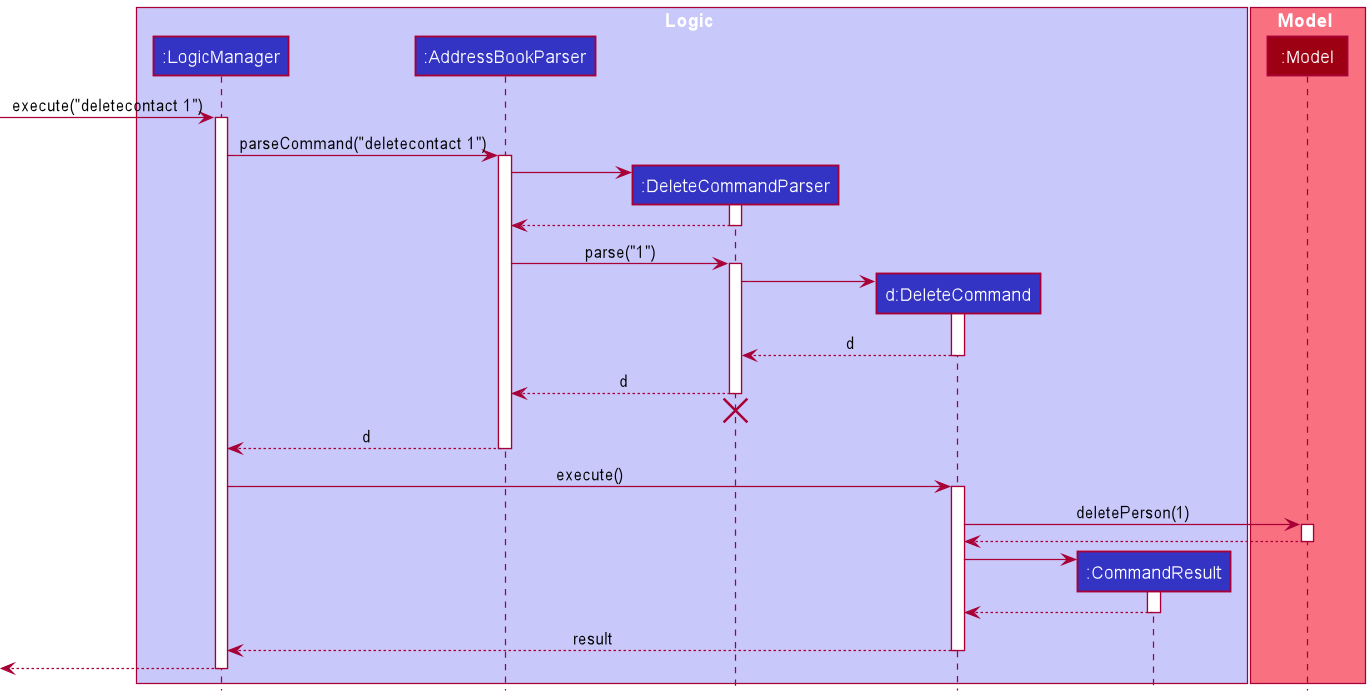
This is docs/images/DeleteSequenceDiagram.png from ramapriyan912001/tp, a PlantUML export, as it was before one commit. Source of this version:
```plantuml
@startuml
!include style.puml

box Logic LOGIC_COLOR_T1
participant ":LogicManager" as LogicManager LOGIC_COLOR
participant ":AddressBookParser" as AddressBookParser LOGIC_COLOR
participant ":DeleteCommandParser" as DeleteCommandParser LOGIC_COLOR
participant "d:DeleteCommand" as DeleteCommand LOGIC_COLOR
participant ":CommandResult" as CommandResult LOGIC_COLOR
end box

box Model MODEL_COLOR_T1
participant ":Model" as Model MODEL_COLOR
end box

[-> LogicManager : execute("deletecontact 1")
activate LogicManager

LogicManager -> AddressBookParser : parseCommand("deletecontact 1")
activate AddressBookParser

create DeleteCommandParser
AddressBookParser -> DeleteCommandParser
activate DeleteCommandParser

DeleteCommandParser --> AddressBookParser
deactivate DeleteCommandParser

AddressBookParser -> DeleteCommandParser : parse("1")
activate DeleteCommandParser

create DeleteCommand
DeleteCommandParser -> DeleteCommand
activate DeleteCommand

DeleteCommand --> DeleteCommandParser : d
deactivate DeleteCommand

DeleteCommandParser --> AddressBookParser : d
deactivate DeleteCommandParser
DeleteCommandParser -[hidden]-> AddressBookParser
destroy DeleteCommandParser

AddressBookParser --> LogicManager : d
deactivate AddressBookParser

LogicManager -> DeleteCommand : execute()
activate DeleteCommand

DeleteCommand -> Model : deletePerson(1)
activate Model

Model --> DeleteCommand
deactivate Model

create CommandResult
DeleteCommand -> CommandResult
activate CommandResult

CommandResult --> DeleteCommand
deactivate CommandResult

DeleteCommand --> LogicManager : result
deactivate DeleteCommand

[<--LogicManager
deactivate LogicManager
@enduml
```
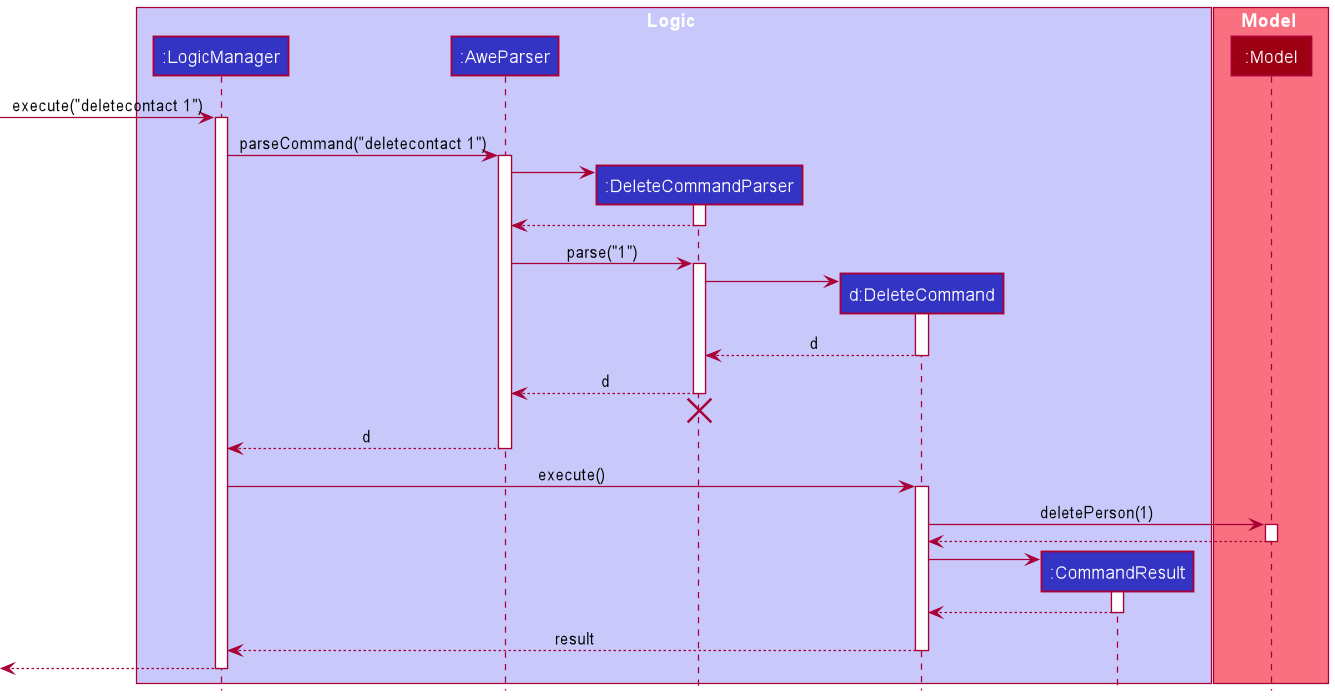
After the commit.

The edit, as a diff of the source:
```diff
@@ -3,7 +3,7 @@
 
 box Logic LOGIC_COLOR_T1
 participant ":LogicManager" as LogicManager LOGIC_COLOR
-participant ":AddressBookParser" as AddressBookParser LOGIC_COLOR
+participant ":AweParser" as AweParser LOGIC_COLOR
 participant ":DeleteCommandParser" as DeleteCommandParser LOGIC_COLOR
 participant "d:DeleteCommand" as DeleteCommand LOGIC_COLOR
 participant ":CommandResult" as CommandResult LOGIC_COLOR
@@ -16,17 +16,17 @@
 [-> LogicManager : execute("deletecontact 1")
 activate LogicManager
 
-LogicManager -> AddressBookParser : parseCommand("deletecontact 1")
-activate AddressBookParser
+LogicManager -> AweParser : parseCommand("deletecontact 1")
+activate AweParser
 
 create DeleteCommandParser
-AddressBookParser -> DeleteCommandParser
+AweParser -> DeleteCommandParser
 activate DeleteCommandParser
 
-DeleteCommandParser --> AddressBookParser
+DeleteCommandParser --> AweParser
 deactivate DeleteCommandParser
 
-AddressBookParser -> DeleteCommandParser : parse("1")
+AweParser -> DeleteCommandParser : parse("1")
 activate DeleteCommandParser
 
 create DeleteCommand
@@ -36,13 +36,13 @@
 DeleteCommand --> DeleteCommandParser : d
 deactivate DeleteCommand
 
-DeleteCommandParser --> AddressBookParser : d
+DeleteCommandParser --> AweParser : d
 deactivate DeleteCommandParser
-DeleteCommandParser -[hidden]-> AddressBookParser
+DeleteCommandParser -[hidden]-> AweParser
 destroy DeleteCommandParser
 
-AddressBookParser --> LogicManager : d
-deactivate AddressBookParser
+AweParser --> LogicManager : d
+deactivate AweParser
 
 LogicManager -> DeleteCommand : execute()
 activate DeleteCommand
```
